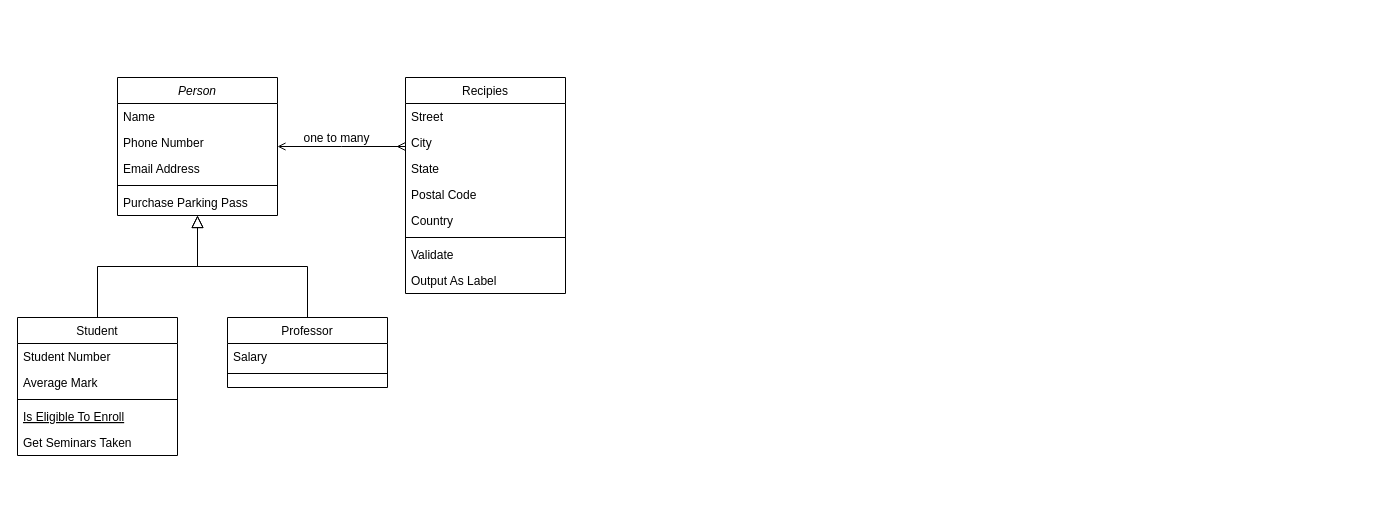
Before: Untitled Diagram.drawio in KIPTOO-JOB/foodProject, a draw.io diagram. Source tidied: cells renumbered, new cells numbered last; positions are measured from the earlier drawing's top-left corner, leaving out a move shared by most shapes. Both pictures are drawn from the tidied source at 100%, with x=0, y=0 at pixel (17, 77).
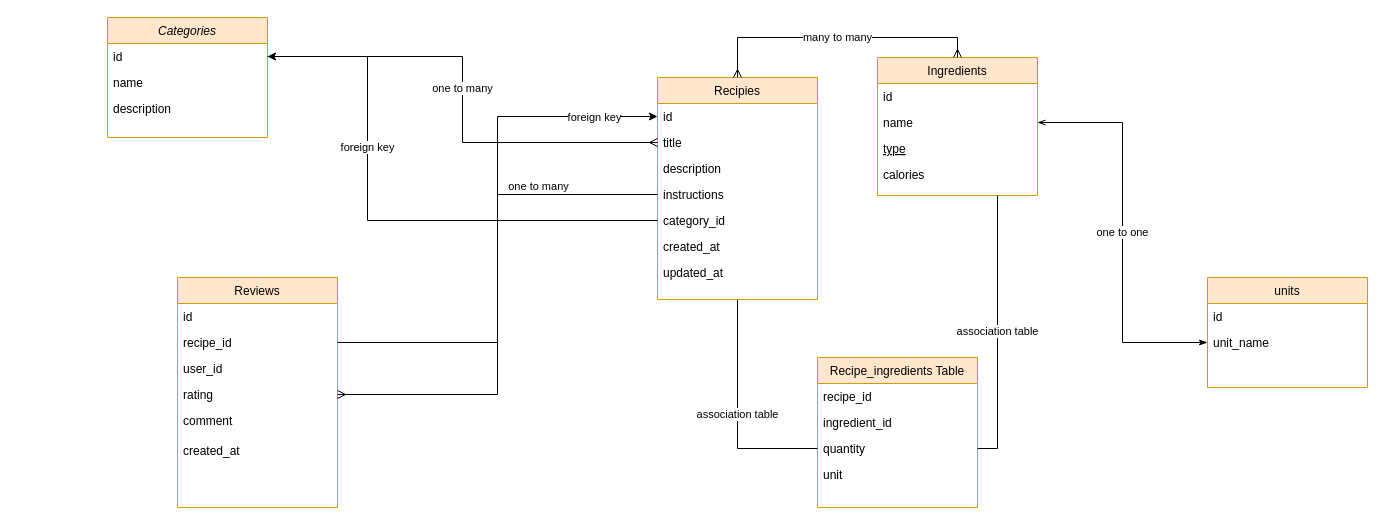
After the change.

Commit message:
done  with the relationship and  apointing  the foreign keys

What changed in the source:
```diff
@@
-    <mxCell id="2" value="Person" style="swimlane;fontStyle=2;align=center;verticalAlign=top;horizontal=1;startSize=26;rounded=0;shadow=0;strokeWidth=1;" parent="1" vertex="1">
-      <mxGeometry x="100" width="160" height="138" as="geometry" />
+    <mxCell id="2" value="Categories" style="swimlane;fontStyle=2;align=center;verticalAlign=top;horizontal=1;startSize=26;rounded=0;shadow=0;strokeWidth=1;fillColor=#ffe6cc;strokeColor=#d79b00;" parent="1" vertex="1">
+      <mxGeometry x="90" y="-60" width="160" height="120" as="geometry" />
     </mxCell>
-    <mxCell id="3" value="Name" style="text;align=left;verticalAlign=top;spacingLeft=4;spacingRight=4;overflow=hidden;points=[[0,0.5],[1,0.5]];portConstraint=eastwest;" parent="2" vertex="1">
+    <mxCell id="3" value="id" style="text;align=left;verticalAlign=top;spacingLeft=4;spacingRight=4;overflow=hidden;points=[[0,0.5],[1,0.5]];portConstraint=eastwest;" parent="2" vertex="1">
       <mxGeometry y="26" width="160" height="26" as="geometry" />
     </mxCell>
-    <mxCell id="4" value="Phone Number" style="text;align=left;verticalAlign=top;spacingLeft=4;spacingRight=4;overflow=hidden;rounded=0;shadow=0;html=0;" parent="2" vertex="1">
+    <mxCell id="4" value="name" style="text;align=left;verticalAlign=top;spacingLeft=4;spacingRight=4;overflow=hidden;rounded=0;shadow=0;html=0;" parent="2" vertex="1">
       <mxGeometry y="52" width="160" height="26" as="geometry" />
     </mxCell>
-    <mxCell id="5" value="Email Address" style="text;align=left;verticalAlign=top;spacingLeft=4;spacingRight=4;overflow=hidden;rounded=0;shadow=0;html=0;" parent="2" vertex="1">
-      <mxGeometry y="78" width="160" height="26" as="geometry" />
-    </mxCell>
-    <mxCell id="6" style="line;html=1;strokeWidth=1;align=left;verticalAlign=middle;spacingTop=-1;spacingLeft=3;spacingRight=3;labelPosition=right;" parent="2" vertex="1">
-      <mxGeometry y="104" width="160" height="8" as="geometry" />
-    </mxCell>
-    <mxCell id="7" value="Purchase Parking Pass" style="text;align=left;verticalAlign=top;spacingLeft=4;spacingRight=4;overflow=hidden;" parent="2" vertex="1">
-      <mxGeometry y="112" width="160" height="26" as="geometry" />
+    <mxCell id="7" value="description" style="text;align=left;verticalAlign=top;spacingLeft=4;spacingRight=4;overflow=hidden;" parent="2" vertex="1">
+      <mxGeometry y="78" width="160" height="26" as="geometry" />
     </mxCell>
-    <mxCell id="8" value="Student" style="swimlane;fontStyle=0;align=center;verticalAlign=top;horizontal=1;startSize=26;rounded=0;shadow=0;strokeWidth=1;" parent="1" vertex="1">
-      <mxGeometry y="240" width="160" height="138" as="geometry" />
+    <mxCell id="8" value="Ingredients" style="swimlane;fontStyle=0;align=center;verticalAlign=top;horizontal=1;startSize=26;rounded=0;shadow=0;strokeWidth=1;fillColor=#ffe6cc;strokeColor=#d79b00;" parent="1" vertex="1">
+      <mxGeometry x="860" y="-20" width="160" height="138" as="geometry" />
     </mxCell>
-    <mxCell id="9" value="Student Number" style="text;align=left;verticalAlign=top;spacingLeft=4;spacingRight=4;overflow=hidden;" parent="8" vertex="1">
+    <mxCell id="9" value="id" style="text;align=left;verticalAlign=top;spacingLeft=4;spacingRight=4;overflow=hidden;" parent="8" vertex="1">
       <mxGeometry y="26" width="160" height="26" as="geometry" />
     </mxCell>
-    <mxCell id="10" value="Average Mark" style="text;align=left;verticalAlign=top;spacingLeft=4;spacingRight=4;overflow=hidden;points=[[0,0.5],[1,0.5]];portConstraint=eastwest;rounded=0;shadow=0;html=0;" parent="8" vertex="1">
+    <mxCell id="10" value="name" style="text;align=left;verticalAlign=top;spacingLeft=4;spacingRight=4;overflow=hidden;points=[[0,0.5],[1,0.5]];portConstraint=eastwest;rounded=0;shadow=0;html=0;" parent="8" vertex="1">
       <mxGeometry y="52" width="160" height="26" as="geometry" />
     </mxCell>
-    <mxCell id="11" style="line;html=1;strokeWidth=1;align=left;verticalAlign=middle;spacingTop=-1;spacingLeft=3;spacingRight=3;labelPosition=right;" parent="8" vertex="1">
-      <mxGeometry y="78" width="160" height="8" as="geometry" />
-    </mxCell>
-    <mxCell id="12" value="Is Eligible To Enroll" style="text;align=left;verticalAlign=top;spacingLeft=4;spacingRight=4;overflow=hidden;fontStyle=4;" parent="8" vertex="1">
-      <mxGeometry y="86" width="160" height="26" as="geometry" />
+    <mxCell id="12" value="type" style="text;align=left;verticalAlign=top;spacingLeft=4;spacingRight=4;overflow=hidden;fontStyle=4;" parent="8" vertex="1">
+      <mxGeometry y="78" width="160" height="26" as="geometry" />
     </mxCell>
-    <mxCell id="13" value="Get Seminars Taken" style="text;align=left;verticalAlign=top;spacingLeft=4;spacingRight=4;overflow=hidden;" parent="8" vertex="1">
-      <mxGeometry y="112" width="160" height="26" as="geometry" />
+    <mxCell id="13" value="calories" style="text;align=left;verticalAlign=top;spacingLeft=4;spacingRight=4;overflow=hidden;" parent="8" vertex="1">
+      <mxGeometry y="104" width="160" height="26" as="geometry" />
     </mxCell>
-    <mxCell id="14" style="endArrow=block;endSize=10;endFill=0;shadow=0;strokeWidth=1;rounded=0;curved=0;edgeStyle=elbowEdgeStyle;elbow=vertical;" parent="1" edge="1" source="8" target="2">
-      <mxGeometry relative="1" as="geometry" />
-    </mxCell>
-    <mxCell id="15" value="Professor" style="swimlane;fontStyle=0;align=center;verticalAlign=top;horizontal=1;startSize=26;rounded=0;shadow=0;strokeWidth=1;" parent="1" vertex="1">
-      <mxGeometry x="210" y="240" width="160" height="70" as="geometry" />
+    <mxCell id="15" value="Recipe_ingredients Table" style="swimlane;fontStyle=0;align=center;verticalAlign=top;horizontal=1;startSize=26;rounded=0;shadow=0;strokeWidth=1;fillColor=#ffe6cc;strokeColor=#d79b00;" parent="1" vertex="1">
+      <mxGeometry x="800" y="280" width="160" height="150" as="geometry" />
     </mxCell>
-    <mxCell id="16" value="Salary" style="text;align=left;verticalAlign=top;spacingLeft=4;spacingRight=4;overflow=hidden;" parent="15" vertex="1">
+    <mxCell id="16" value="recipe_id" style="text;align=left;verticalAlign=top;spacingLeft=4;spacingRight=4;overflow=hidden;" parent="15" vertex="1">
       <mxGeometry y="26" width="160" height="26" as="geometry" />
     </mxCell>
-    <mxCell id="17" style="line;html=1;strokeWidth=1;align=left;verticalAlign=middle;spacingTop=-1;spacingLeft=3;spacingRight=3;labelPosition=right;" parent="15" vertex="1">
-      <mxGeometry y="52" width="160" height="8" as="geometry" />
-    </mxCell>
-    <mxCell id="18" style="endArrow=block;endSize=10;endFill=0;shadow=0;strokeWidth=1;rounded=0;curved=0;edgeStyle=elbowEdgeStyle;elbow=vertical;" parent="1" edge="1" source="15" target="2">
-      <mxGeometry relative="1" as="geometry" />
-    </mxCell>
+    <mxCell id="30" value="ingredient_id" style="text;align=left;verticalAlign=top;spacingLeft=4;spacingRight=4;overflow=hidden;" parent="15" vertex="1">
+      <mxGeometry y="52" width="160" height="26" as="geometry" />
+    </mxCell>
+    <mxCell id="31" value="quantity &#10;" style="text;align=left;verticalAlign=top;spacingLeft=4;spacingRight=4;overflow=hidden;points=[[0,0.5],[1,0.5]];portConstraint=eastwest;" parent="15" vertex="1">
+      <mxGeometry y="78" width="160" height="26" as="geometry" />
+    </mxCell>
+    <mxCell id="32" value="unit" style="text;align=left;verticalAlign=top;spacingLeft=4;spacingRight=4;overflow=hidden;" parent="15" vertex="1">
+      <mxGeometry y="104" width="160" height="26" as="geometry" />
+    </mxCell>
+    <mxCell id="33" value="association table" style="edgeStyle=orthogonalEdgeStyle;rounded=0;jettySize=auto;html=1;exitX=0.5;exitY=1;exitDx=0;exitDy=0;entryX=0;entryY=0.5;entryDx=0;entryDy=0;startArrow=none;startFill=0;endArrow=none;endFill=0;" parent="1" edge="1" source="19" target="31">
+      <mxGeometry relative="1" as="geometry" />
+    </mxCell>
-    <mxCell id="19" value="Recipies" style="swimlane;fontStyle=0;align=center;verticalAlign=top;horizontal=1;startSize=26;rounded=0;shadow=0;strokeWidth=1;" parent="1" vertex="1">
-      <mxGeometry x="388" width="160" height="216" as="geometry" />
+    <mxCell id="19" value="Recipies" style="swimlane;fontStyle=0;align=center;verticalAlign=top;horizontal=1;startSize=26;rounded=0;shadow=0;strokeWidth=1;fillColor=#ffe6cc;strokeColor=#d79b00;" parent="1" vertex="1">
+      <mxGeometry x="640" width="160" height="222" as="geometry" />
     </mxCell>
-    <mxCell id="20" value="Street" style="text;align=left;verticalAlign=top;spacingLeft=4;spacingRight=4;overflow=hidden;points=[[0,0.5],[1,0.5]];portConstraint=eastwest;" parent="19" vertex="1">
+    <mxCell id="20" value="id" style="text;align=left;verticalAlign=top;spacingLeft=4;spacingRight=4;overflow=hidden;points=[[0,0.5],[1,0.5]];portConstraint=eastwest;" parent="19" vertex="1">
       <mxGeometry y="26" width="160" height="26" as="geometry" />
     </mxCell>
-    <mxCell id="21" value="City" style="text;align=left;verticalAlign=top;spacingLeft=4;spacingRight=4;overflow=hidden;points=[[0,0.5],[1,0.5]];portConstraint=eastwest;rounded=0;shadow=0;html=0;" parent="19" vertex="1">
+    <mxCell id="21" value="title" style="text;align=left;verticalAlign=top;spacingLeft=4;spacingRight=4;overflow=hidden;points=[[0,0.5],[1,0.5]];portConstraint=eastwest;rounded=0;shadow=0;html=0;" parent="19" vertex="1">
       <mxGeometry y="52" width="160" height="26" as="geometry" />
     </mxCell>
-    <mxCell id="22" value="State" style="text;align=left;verticalAlign=top;spacingLeft=4;spacingRight=4;overflow=hidden;rounded=0;shadow=0;html=0;" parent="19" vertex="1">
+    <mxCell id="22" value="description" style="text;align=left;verticalAlign=top;spacingLeft=4;spacingRight=4;overflow=hidden;rounded=0;shadow=0;html=0;" parent="19" vertex="1">
       <mxGeometry y="78" width="160" height="26" as="geometry" />
     </mxCell>
-    <mxCell id="23" value="Postal Code" style="text;align=left;verticalAlign=top;spacingLeft=4;spacingRight=4;overflow=hidden;points=[[0,0.5],[1,0.5]];portConstraint=eastwest;rounded=0;shadow=0;html=0;" parent="19" vertex="1">
+    <mxCell id="23" value="instructions" style="text;align=left;verticalAlign=top;spacingLeft=4;spacingRight=4;overflow=hidden;points=[[0,0.5],[1,0.5]];portConstraint=eastwest;rounded=0;shadow=0;html=0;" parent="19" vertex="1">
       <mxGeometry y="104" width="160" height="26" as="geometry" />
     </mxCell>
-    <mxCell id="24" value="Country" style="text;align=left;verticalAlign=top;spacingLeft=4;spacingRight=4;overflow=hidden;points=[[0,0.5],[1,0.5]];portConstraint=eastwest;rounded=0;shadow=0;html=0;" parent="19" vertex="1">
+    <mxCell id="24" value="category_id" style="text;align=left;verticalAlign=top;spacingLeft=4;spacingRight=4;overflow=hidden;points=[[0,0.5],[1,0.5]];portConstraint=eastwest;rounded=0;shadow=0;html=0;" parent="19" vertex="1">
       <mxGeometry y="130" width="160" height="26" as="geometry" />
     </mxCell>
-    <mxCell id="25" style="line;html=1;strokeWidth=1;align=left;verticalAlign=middle;spacingTop=-1;spacingLeft=3;spacingRight=3;labelPosition=right;" parent="19" vertex="1">
-      <mxGeometry y="156" width="160" height="8" as="geometry" />
-    </mxCell>
-    <mxCell id="26" value="Validate" style="text;align=left;verticalAlign=top;spacingLeft=4;spacingRight=4;overflow=hidden;" parent="19" vertex="1">
-      <mxGeometry y="164" width="160" height="26" as="geometry" />
+    <mxCell id="26" value="created_at" style="text;align=left;verticalAlign=top;spacingLeft=4;spacingRight=4;overflow=hidden;" parent="19" vertex="1">
+      <mxGeometry y="156" width="160" height="26" as="geometry" />
     </mxCell>
-    <mxCell id="27" value="Output As Label" style="text;align=left;verticalAlign=top;spacingLeft=4;spacingRight=4;overflow=hidden;" parent="19" vertex="1">
-      <mxGeometry y="190" width="160" height="26" as="geometry" />
+    <mxCell id="27" value="updated_at" style="text;align=left;verticalAlign=top;spacingLeft=4;spacingRight=4;overflow=hidden;" parent="19" vertex="1">
+      <mxGeometry y="182" width="160" height="26" as="geometry" />
     </mxCell>
-    <mxCell id="28" style="endArrow=ERmany;shadow=0;strokeWidth=1;rounded=0;curved=0;endFill=0;edgeStyle=elbowEdgeStyle;elbow=vertical;startArrow=open;startFill=0;" parent="1" edge="1" source="2" target="19">
-      <mxGeometry x="0.5" y="41" relative="1" as="geometry">
-        <mxPoint x="-40" y="32" as="offset" />
-      </mxGeometry>
-    </mxCell>
-    <mxCell id="29" value="&lt;div&gt;one to many &lt;br&gt;&lt;/div&gt;" style="text;html=1;align=center;verticalAlign=middle;labelBackgroundColor=none;rounded=0;shadow=0;strokeWidth=1;fontSize=12;" parent="28" vertex="1">
-      <mxGeometry x="0.5" y="49" relative="1" as="geometry">
-        <mxPoint x="-38" y="40" as="offset" />
-      </mxGeometry>
-    </mxCell>
+    <mxCell id="34" value="Reviews " style="swimlane;fontStyle=0;align=center;verticalAlign=top;horizontal=1;startSize=26;rounded=0;shadow=0;strokeWidth=1;fillColor=#ffe6cc;strokeColor=#d79b00;" parent="1" vertex="1">
+      <mxGeometry x="160" y="200" width="160" height="230" as="geometry" />
+    </mxCell>
+    <mxCell id="35" value="id" style="text;align=left;verticalAlign=top;spacingLeft=4;spacingRight=4;overflow=hidden;" parent="34" vertex="1">
+      <mxGeometry y="26" width="160" height="26" as="geometry" />
+    </mxCell>
+    <mxCell id="36" value="recipe_id" style="text;align=left;verticalAlign=top;spacingLeft=4;spacingRight=4;overflow=hidden;points=[[0,0.5],[1,0.5]];portConstraint=eastwest;" parent="34" vertex="1">
+      <mxGeometry y="52" width="160" height="26" as="geometry" />
+    </mxCell>
+    <mxCell id="37" value="user_id" style="text;align=left;verticalAlign=top;spacingLeft=4;spacingRight=4;overflow=hidden;" parent="34" vertex="1">
+      <mxGeometry y="78" width="160" height="26" as="geometry" />
+    </mxCell>
+    <mxCell id="38" value="rating" style="text;align=left;verticalAlign=top;spacingLeft=4;spacingRight=4;overflow=hidden;points=[[0,0.5],[1,0.5]];portConstraint=eastwest;" parent="34" vertex="1">
+      <mxGeometry y="104" width="160" height="26" as="geometry" />
+    </mxCell>
+    <mxCell id="39" value="comment" style="text;align=left;verticalAlign=top;spacingLeft=4;spacingRight=4;overflow=hidden;" parent="34" vertex="1">
+      <mxGeometry y="130" width="160" height="30" as="geometry" />
+    </mxCell>
+    <mxCell id="40" value="created_at" style="text;align=left;verticalAlign=top;spacingLeft=4;spacingRight=4;overflow=hidden;" parent="34" vertex="1">
+      <mxGeometry y="160" width="160" height="30" as="geometry" />
+    </mxCell>
+    <mxCell id="41" value="units" style="swimlane;fontStyle=0;align=center;verticalAlign=top;horizontal=1;startSize=26;rounded=0;shadow=0;strokeWidth=1;fillColor=#ffe6cc;strokeColor=#d79b00;" parent="1" vertex="1">
+      <mxGeometry x="1190" y="200" width="160" height="110" as="geometry" />
+    </mxCell>
+    <mxCell id="42" value="id" style="text;align=left;verticalAlign=top;spacingLeft=4;spacingRight=4;overflow=hidden;" parent="41" vertex="1">
+      <mxGeometry y="26" width="160" height="26" as="geometry" />
+    </mxCell>
+    <mxCell id="43" value="unit_name" style="text;align=left;verticalAlign=top;spacingLeft=4;spacingRight=4;overflow=hidden;points=[[0,0.5],[1,0.5]];portConstraint=eastwest;" parent="41" vertex="1">
+      <mxGeometry y="52" width="160" height="26" as="geometry" />
+    </mxCell>
+    <mxCell id="44" style="edgeStyle=orthogonalEdgeStyle;rounded=0;jettySize=auto;html=1;exitX=0;exitY=0.5;exitDx=0;exitDy=0;entryX=1;entryY=0.5;entryDx=0;entryDy=0;endArrow=ERmany;endFill=0;" parent="1" edge="1" source="23" target="38">
+      <mxGeometry relative="1" as="geometry" />
+    </mxCell>
+    <mxCell id="45" value="one to many" style="edgeLabel;html=1;align=center;verticalAlign=middle;" parent="44" vertex="1">
+      <mxGeometry x="-0.11" y="-3" relative="1" as="geometry">
+        <mxPoint x="43" y="-80" as="offset" />
+      </mxGeometry>
+    </mxCell>
+    <mxCell id="46" style="edgeStyle=orthogonalEdgeStyle;rounded=0;jettySize=auto;html=1;exitX=1;exitY=0.5;exitDx=0;exitDy=0;entryX=0;entryY=0.5;entryDx=0;entryDy=0;endArrow=ERmany;endFill=0;" parent="1" edge="1" source="3" target="21">
+      <mxGeometry relative="1" as="geometry" />
+    </mxCell>
+    <mxCell id="47" value="one to many" style="edgeLabel;html=1;align=center;verticalAlign=middle;" parent="46" vertex="1">
+      <mxGeometry x="-0.05" y="-1" relative="1" as="geometry" />
+    </mxCell>
+    <mxCell id="48" value="many to many" style="edgeStyle=orthogonalEdgeStyle;rounded=0;jettySize=auto;html=1;exitX=0.5;exitY=0;exitDx=0;exitDy=0;entryX=0.5;entryY=0;entryDx=0;entryDy=0;endArrow=ERmany;endFill=0;startArrow=ERmany;startFill=0;" parent="1" edge="1" source="19" target="8">
+      <mxGeometry relative="1" as="geometry" />
+    </mxCell>
+    <mxCell id="49" value="association table" style="edgeStyle=orthogonalEdgeStyle;rounded=0;jettySize=auto;html=1;exitX=1;exitY=0.5;exitDx=0;exitDy=0;endArrow=none;endFill=0;entryX=0.75;entryY=1;entryDx=0;entryDy=0;" parent="1" edge="1" source="31" target="8">
+      <mxGeometry relative="1" as="geometry" />
+    </mxCell>
+    <mxCell id="50" value="foreign key" style="edgeStyle=orthogonalEdgeStyle;rounded=0;jettySize=auto;html=1;entryX=0;entryY=0.5;entryDx=0;entryDy=0;" parent="1" edge="1" source="36" target="20">
+      <mxGeometry x="0.77" y="-1" relative="1" as="geometry" />
+    </mxCell>
+    <mxCell id="51" value="one to one" style="edgeStyle=orthogonalEdgeStyle;rounded=0;jettySize=auto;html=1;exitX=1;exitY=0.5;exitDx=0;exitDy=0;startArrow=openThin;startFill=0;endArrow=classicThin;endFill=1;" parent="1" edge="1" source="10" target="43">
+      <mxGeometry relative="1" as="geometry" />
+    </mxCell>
+    <mxCell id="52" value="foreign key" style="edgeStyle=orthogonalEdgeStyle;rounded=0;jettySize=auto;html=1;exitX=0;exitY=0.5;exitDx=0;exitDy=0;entryX=1;entryY=0.5;entryDx=0;entryDy=0;" parent="1" edge="1" source="24" target="3">
+      <mxGeometry x="0.31" relative="1" as="geometry">
+        <Array as="points">
+          <mxPoint x="350" y="143" />
+          <mxPoint x="350" y="-21" />
+        </Array>
+      </mxGeometry>
+    </mxCell>
```
